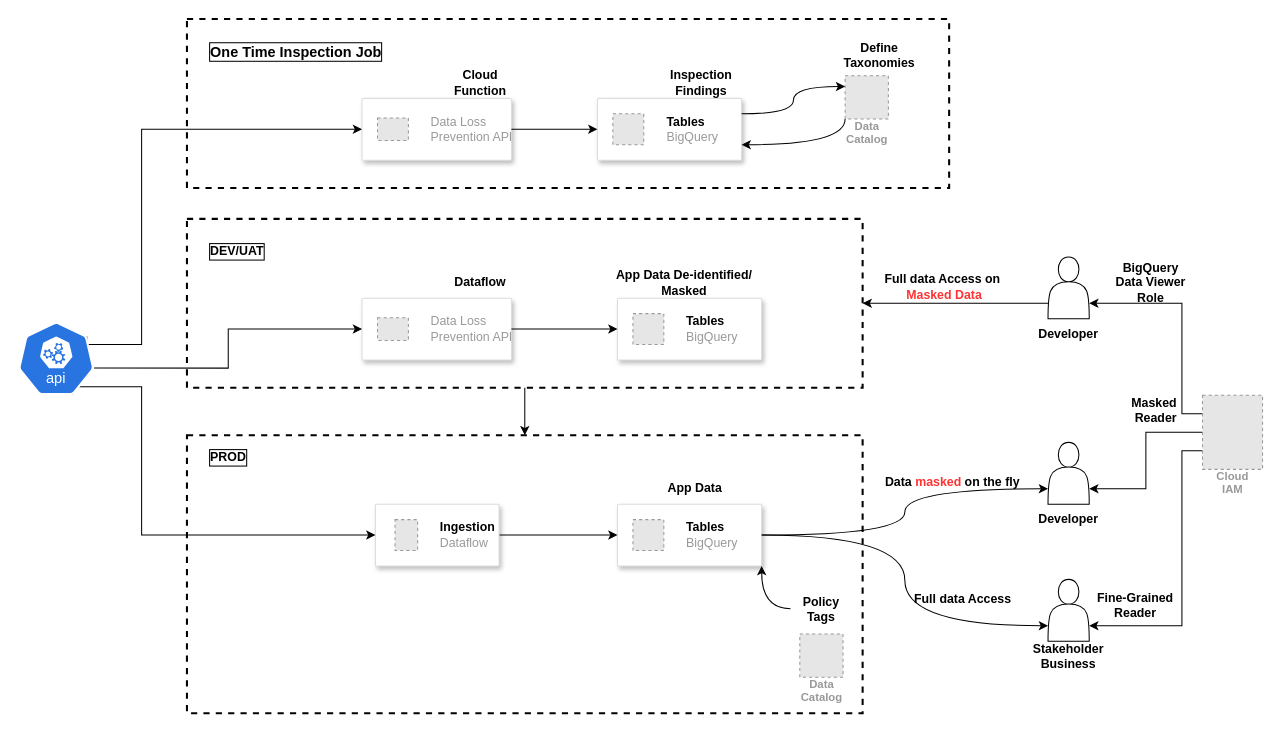
harshaldharme/ProjectSpaces keeps this draw.io diagram as PFP-Sample/PFP-Access-Control.drawio. Above is the earlier version. Source tidied: cells renumbered, new cells numbered last; positions are measured from the earlier drawing's top-left corner, leaving out a move shared by most shapes. Both pictures are drawn from the tidied source at 103%, with x=0, y=0 at pixel (18, 19). Pictures stored in the file or linked from it are replaced by grey dashed boxes.
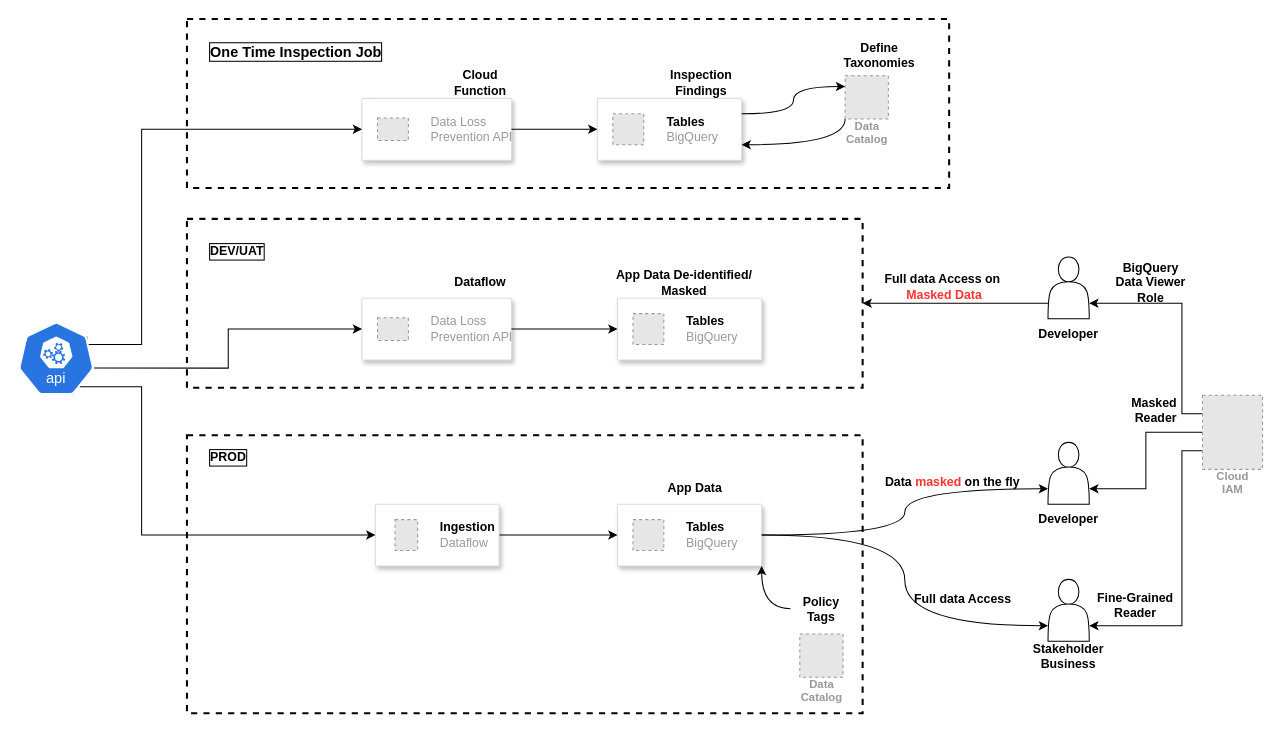
After the change.

Unchanged cells that the change refers to:
```xml
<mxCell id="14" style="rounded=0;fillColor=none;strokeColor=#000000;dashed=1;perimeterSpacing=0;labelBorderColor=none;html=1;verticalAlign=top;strokeWidth=2;" parent="1" vertex="1">
  <mxGeometry x="164" y="194" width="656" height="164" as="geometry" />
</mxCell>
<mxCell id="25" style="rounded=0;fillColor=none;strokeColor=#000000;dashed=1;perimeterSpacing=0;labelBorderColor=none;html=1;verticalAlign=top;strokeWidth=2;" parent="1" vertex="1">
  <mxGeometry x="164" y="404" width="656" height="270" as="geometry" />
</mxCell>
```

Change to the diagram source:
```diff
@@
-    <mxCell id="13" style="edgeStyle=orthogonalEdgeStyle;rounded=0;jettySize=auto;html=1;exitX=0.5;exitY=1;exitDx=0;exitDy=0;entryX=0.5;entryY=0;entryDx=0;entryDy=0;" parent="1" edge="1" source="14" target="25">
-      <mxGeometry relative="1" as="geometry" />
-    </mxCell>
```
